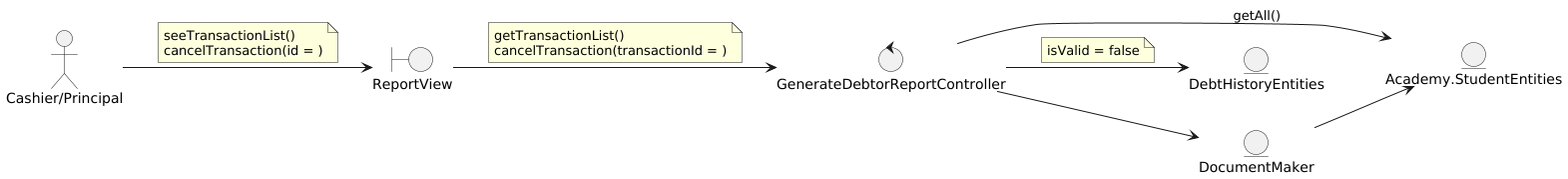
The PlantUML diagram out/DesignView/AnalysisView/UseCaseAnalysis/Collaboration.CU07.Analysis.png in wsmcbl/wsmcbl.doc, before a commit.
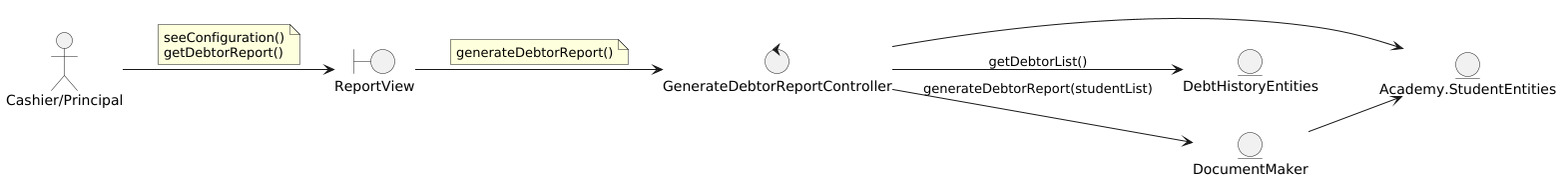
After the commit.

Commit message:
Update: CU07 analysis directory

What changed in the source:
```diff
@@ -13,22 +13,18 @@
 
 "Cashier/Principal" --> ReportView
 note on link
-    seeTransactionList()
-    cancelTransaction(id = )
+    seeConfiguration()
+    getDebtorReport()
 end note
 
 ReportView --> GenerateDebtorReportController
 note on link
-    getTransactionList()
-    cancelTransaction(transactionId = )
+    generateDebtorReport()
 end note
 
-GenerateDebtorReportController --> DocumentMaker
-GenerateDebtorReportController --> Academy.StudentEntities : getAll()
-GenerateDebtorReportController --> DebtHistoryEntities
-note on link
-    isValid = false
-end note
+GenerateDebtorReportController --> DocumentMaker : generateDebtorReport(studentList)
+GenerateDebtorReportController --> Academy.StudentEntities
+GenerateDebtorReportController --> DebtHistoryEntities : getDebtorList()
 
 DocumentMaker --> Academy.StudentEntities
 
```
